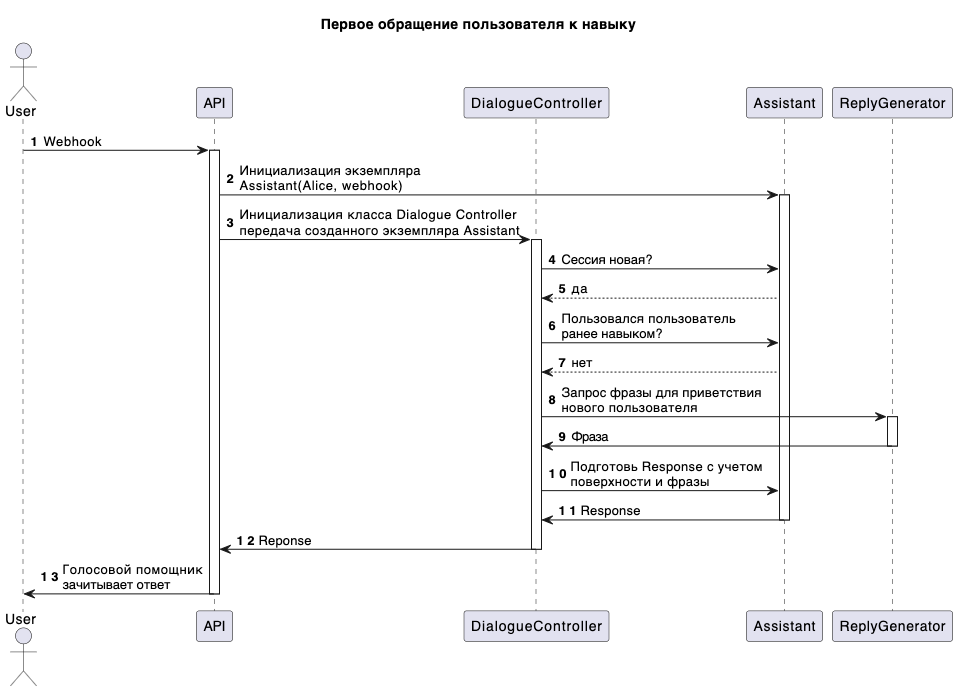
The PlantUML diagram services/assistant/docs/diagrams/png/user_first_request.png in mkosinov/practicum_graduate_work, before a commit. Its source is kept beside it as services/assistant/docs/diagrams/src/user_first_request.puml. Source of this version:
```plantuml
@startuml "Первое обращение пользователя к навыку"
autonumber

title Первое обращение пользователя к навыку
actor User
participant API
participant DialogueController
participant Assistant
participant ReplyGenerator
participant DialogKeeper
boundary Dialogs


User -> API++: Webhook
API -> Assistant++: Инициализация экземпляра\nAssistant("Alice", webhook)
API -> DialogueController++: передача созданного экземпляра Assistant
DialogueController -> Assistant: Запрос интентов
Assistant --> DialogueController: "приветствие"
DialogueController -> Assistant: Сессия новая?
Assistant --> DialogueController: да
DialogueController -> Assistant: Пользовался пользователь\nранее навыком?
opt
Assistant --> DialogueController: <font color=green> да
DialogueController -> ReplyGenerator ++: Запрос фразы для приветствия\n<font color=green>существующего</font> пользователя
else
Assistant --> DialogueController: <font color=red> нет
DialogueController -> ReplyGenerator ++: Запрос фразы для приветствия\n<font color=red>нового</font> пользователя
end
ReplyGenerator -> DialogueController --: Фраза
deactivate ReplyGenerator
DialogueController -> Assistant: Подготовь ответ с учетом\nповерхности и фразы
Assistant -> DialogueController --: ANSWER_TO_USER
DialogueController -> API --: ANSWER_TO_USER
API -> User: ANSWER_TO_USER

API -> DialogKeeper ++: Сохранить диалог
DialogKeeper -> Dialogs ++: POST Dialog
Dialogs --> DialogKeeper --: Created
DialogKeeper --> API --: Created
deactivate API
@enduml
```
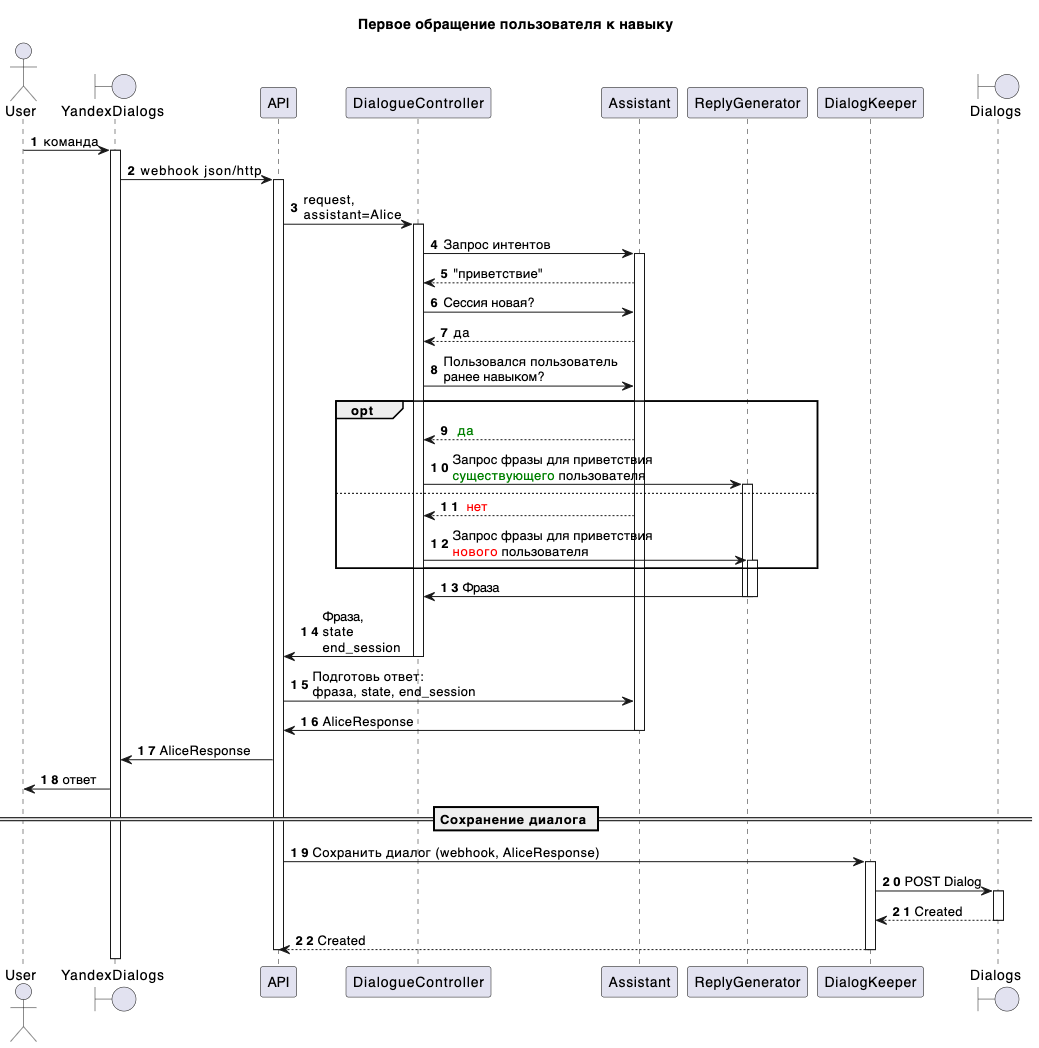
The same diagram one commit later.

The edit, as a diff of the source:
```diff
@@ -3,6 +3,7 @@
 
 title Первое обращение пользователя к навыку
 actor User
+boundary YandexDialogs
 participant API
 participant DialogueController
 participant Assistant
@@ -11,10 +12,10 @@
 boundary Dialogs
 
 
-User -> API++: Webhook
-API -> Assistant++: Инициализация экземпляра\nAssistant("Alice", webhook)
-API -> DialogueController++: передача созданного экземпляра Assistant
-DialogueController -> Assistant: Запрос интентов
+User -> YandexDialogs++: команда
+YandexDialogs -> API++: webhook json/http
+API -> DialogueController++: request,\nassistant=Alice
+DialogueController -> Assistant++: Запрос интентов
 Assistant --> DialogueController: "приветствие"
 DialogueController -> Assistant: Сессия новая?
 Assistant --> DialogueController: да
@@ -28,12 +29,13 @@
 end
 ReplyGenerator -> DialogueController --: Фраза
 deactivate ReplyGenerator
-DialogueController -> Assistant: Подготовь ответ с учетом\nповерхности и фразы
-Assistant -> DialogueController --: ANSWER_TO_USER
-DialogueController -> API --: ANSWER_TO_USER
-API -> User: ANSWER_TO_USER
-
-API -> DialogKeeper ++: Сохранить диалог
+DialogueController -> API --: Фраза,\nstate\nend_session
+API -> Assistant: Подготовь ответ:\nфраза, state, end_session
+Assistant -> API --: AliceResponse
+API -> YandexDialogs: AliceResponse
+YandexDialogs -> User: ответ
+== Сохранение диалога ==
+API -> DialogKeeper ++: Сохранить диалог (webhook, AliceResponse)
 DialogKeeper -> Dialogs ++: POST Dialog
 Dialogs --> DialogKeeper --: Created
 DialogKeeper --> API --: Created
```
